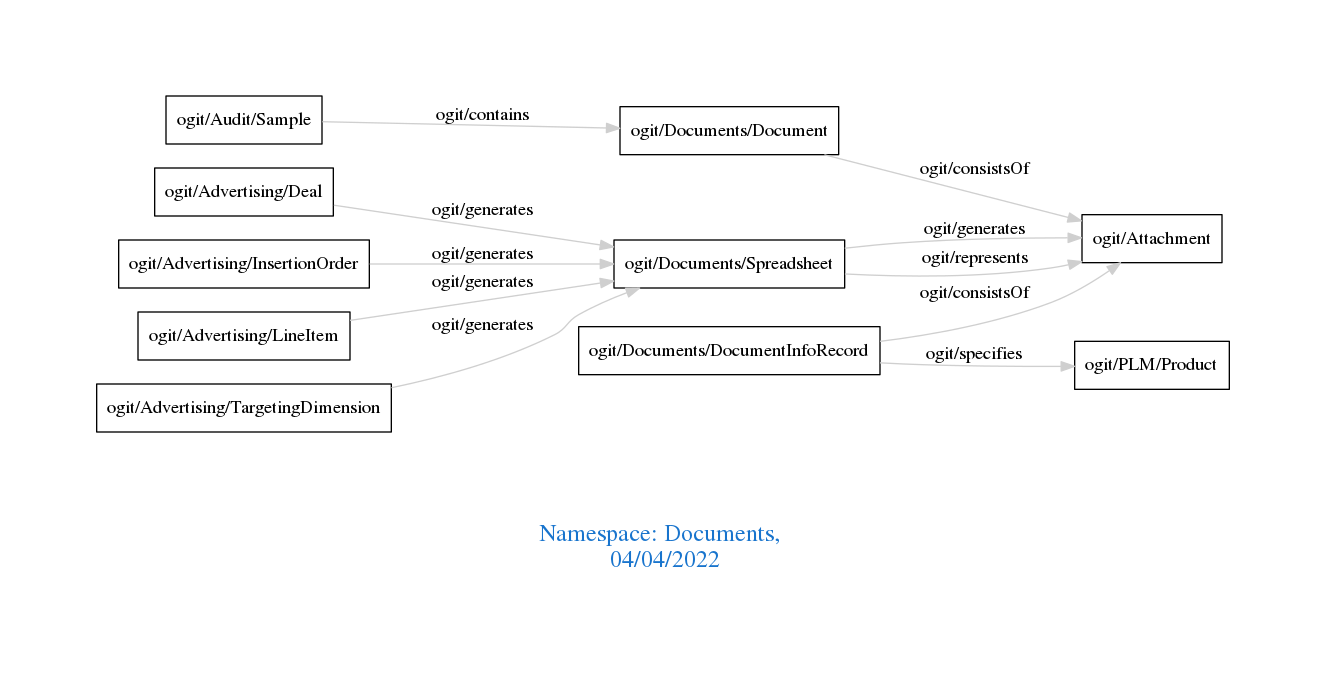
Earlier version of the Graphviz export downloads/Documents.png (arago/OGIT). Its source is kept beside it as downloads/Documents.dot. The source it was exported from:
```dot
digraph OGIT_ontology {
 graph [ rankdir= LR,pad=1
fontsize = 18,
fontcolor= dodgerblue3,label = "\n\n\nNamespace: Documents, \n 04/04/2022"];
node[shape=polygon];
edge [  color="gray81"];

   "ogit/Audit/Sample" -> "ogit/Documents/Document" [label="   ogit/contains    "];
   "ogit/Advertising/Deal" -> "ogit/Documents/Spreadsheet" [label="   ogit/generates    "];
   "ogit/Advertising/InsertionOrder" -> "ogit/Documents/Spreadsheet" [label="   ogit/generates    "];
   "ogit/Advertising/LineItem" -> "ogit/Documents/Spreadsheet" [label="   ogit/generates    "];
   "ogit/Advertising/TargetingDimension" -> "ogit/Documents/Spreadsheet" [label="   ogit/generates    "];
   "ogit/Documents/Spreadsheet" -> "ogit/Attachment" [label="   ogit/generates    "];
   "ogit/Documents/DocumentInfoRecord" -> "ogit/PLM/Product" [label="   ogit/specifies    "];
   "ogit/Documents/Spreadsheet" -> "ogit/Attachment" [label="   ogit/represents    "];
   "ogit/Documents/Document" -> "ogit/Attachment" [label="   ogit/consistsOf    "];
   "ogit/Documents/DocumentInfoRecord" -> "ogit/Attachment" [label="   ogit/consistsOf    "];
}
```
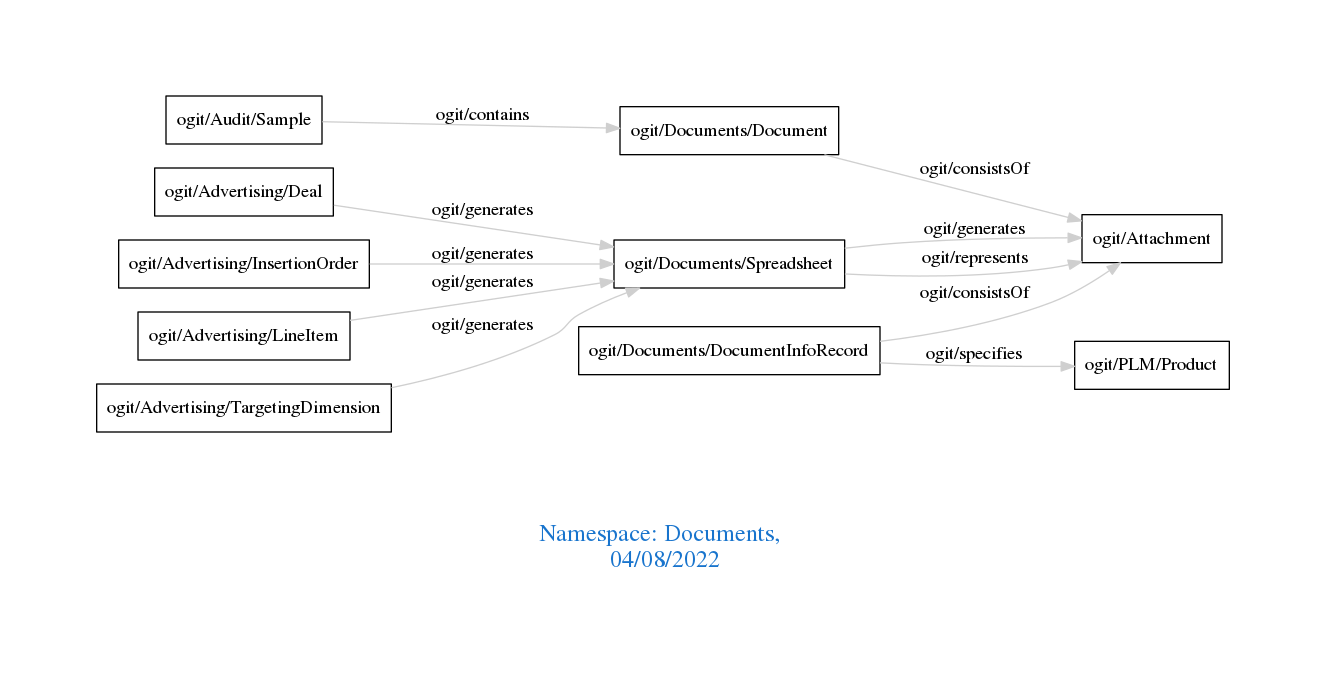
After the commit.

Change to the diagram source:
```diff
@@ -1,7 +1,7 @@
 digraph OGIT_ontology {
  graph [ rankdir= LR,pad=1
 fontsize = 18,
-fontcolor= dodgerblue3,label = "\n\n\nNamespace: Documents, \n 04/04/2022"];
+fontcolor= dodgerblue3,label = "\n\n\nNamespace: Documents, \n 04/08/2022"];
 node[shape=polygon];
 edge [  color="gray81"];
 
```
